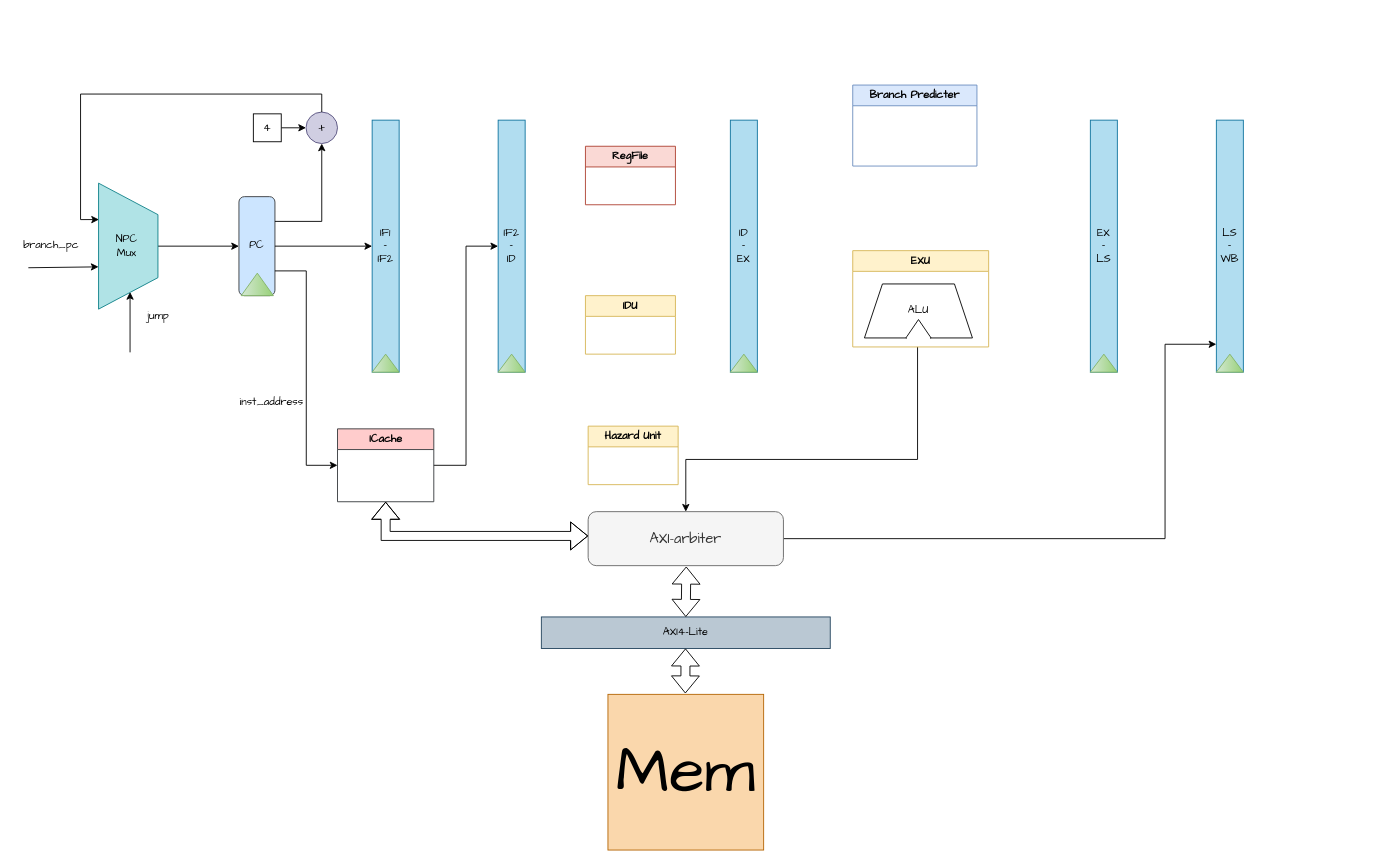
This is ysyx_cpu_icache.drawio from harder-er/ysyx, a draw.io file, before an edit. Source tidied: cells renumbered, new cells numbered last; positions are measured from the earlier drawing's top-left corner, leaving out a move shared by most shapes. Both pictures are drawn from the tidied source at 90%, with x=0, y=0 at pixel (15, 85).
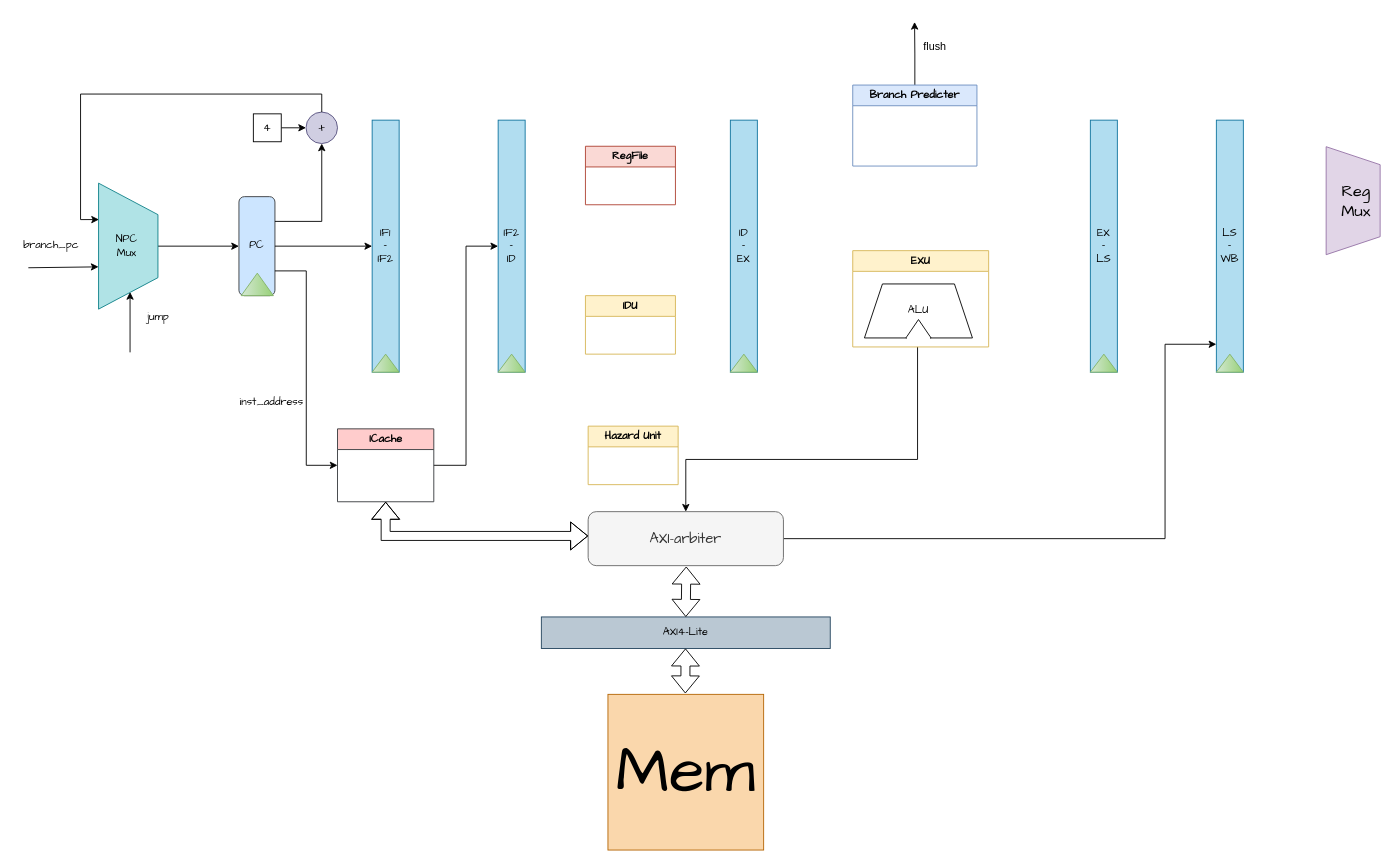
After the change.

Unchanged cells that the change refers to:
```xml
<mxCell id="35" value="Branch Predicter" style="swimlane;whiteSpace=wrap;html=1;fillColor=#dae8fc;strokeColor=#6c8ebf;gradientColor=none;fontFamily=Comic Sans MS;" parent="1" vertex="1">
  <mxGeometry x="930" width="138" height="90" as="geometry" />
</mxCell>
```

The edit, as a diff of the source:
```diff
@@
+    <mxCell id="49" style="edgeStyle=orthogonalEdgeStyle;rounded=0;jettySize=auto;html=1;exitX=0.5;exitY=0;exitDx=0;exitDy=0;" parent="1" edge="1" source="35">
+      <mxGeometry relative="1" as="geometry">
+        <mxPoint x="998.7" y="-70.1" as="targetPoint" />
+      </mxGeometry>
+    </mxCell>
@@
+    <mxCell id="50" style="shape=trapezoid;perimeter=trapezoidPerimeter;whiteSpace=wrap;html=1;fixedSize=1;rotation=90;fillColor=#e1d5e7;strokeColor=#9673a6;" parent="1" vertex="1">
+      <mxGeometry x="1426" y="98.5" width="120" height="60" as="geometry" />
+    </mxCell>
+    <mxCell id="51" value="&lt;font face=&quot;Comic Sans MS&quot; style=&quot;font-size: 18px;&quot;&gt;Reg&lt;/font&gt;&lt;div&gt;&lt;font face=&quot;Comic Sans MS&quot; style=&quot;font-size: 18px;&quot;&gt;Mux&lt;/font&gt;&lt;/div&gt;" style="text;html=1;align=center;verticalAlign=middle;strokeColor=none;fillColor=none;" parent="1" vertex="1">
+      <mxGeometry x="1462" y="101" width="54" height="55" as="geometry" />
+    </mxCell>
+    <mxCell id="52" value="flush" style="text;html=1;align=center;verticalAlign=middle;strokeColor=none;fillColor=none;" parent="1" vertex="1">
+      <mxGeometry x="999" y="-56" width="43" height="26" as="geometry" />
+    </mxCell>
```
